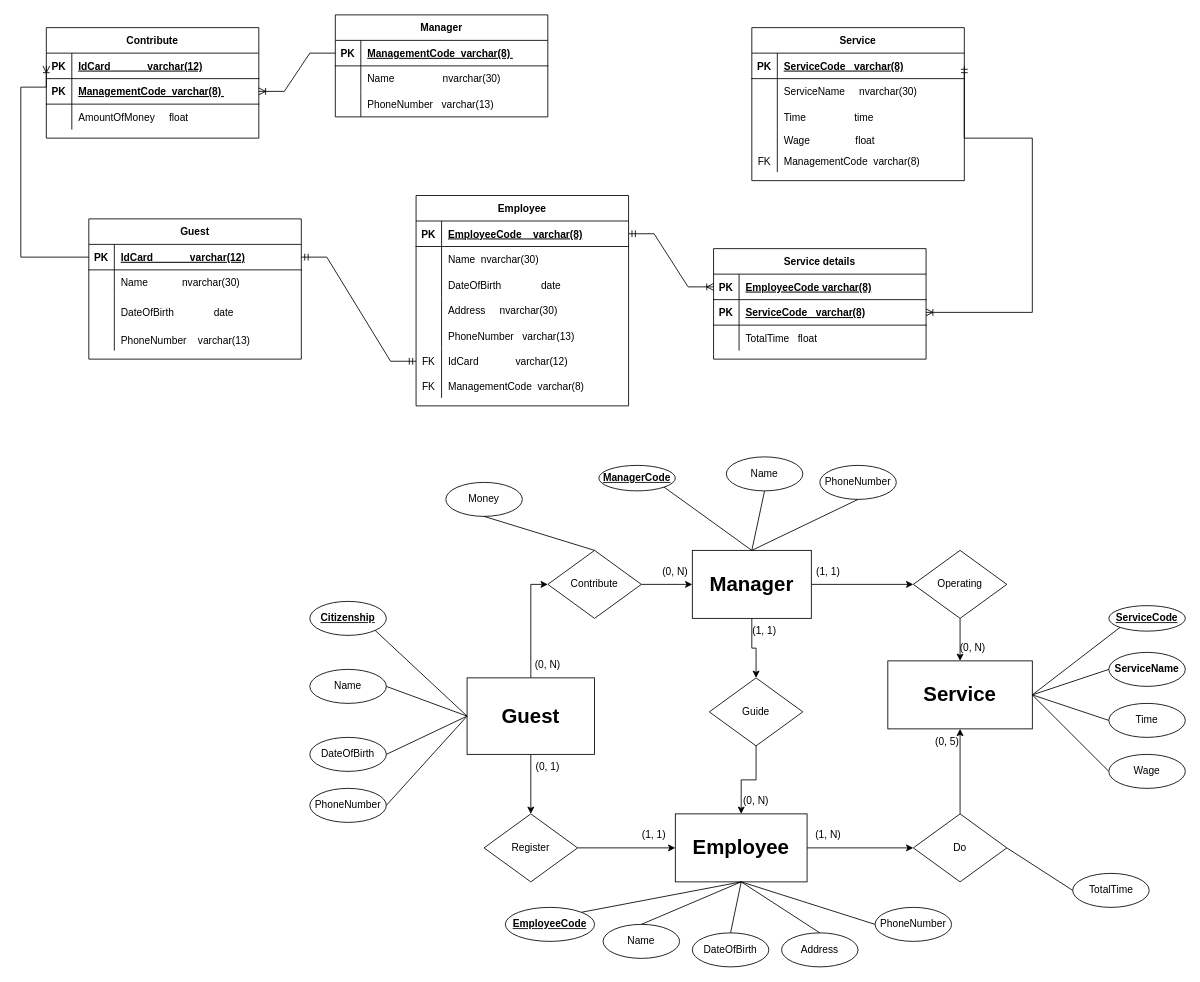
ducvu25/1 keeps this draw.io diagram as Biểu đồ không có tiêu đề.drawio. Above is the earlier version. Source tidied: cells renumbered, new cells numbered last; positions are measured from the earlier drawing's top-left corner, leaving out a move shared by most shapes. Both pictures are drawn from the tidied source at 85%, with x=0, y=0 at pixel (20, 14).
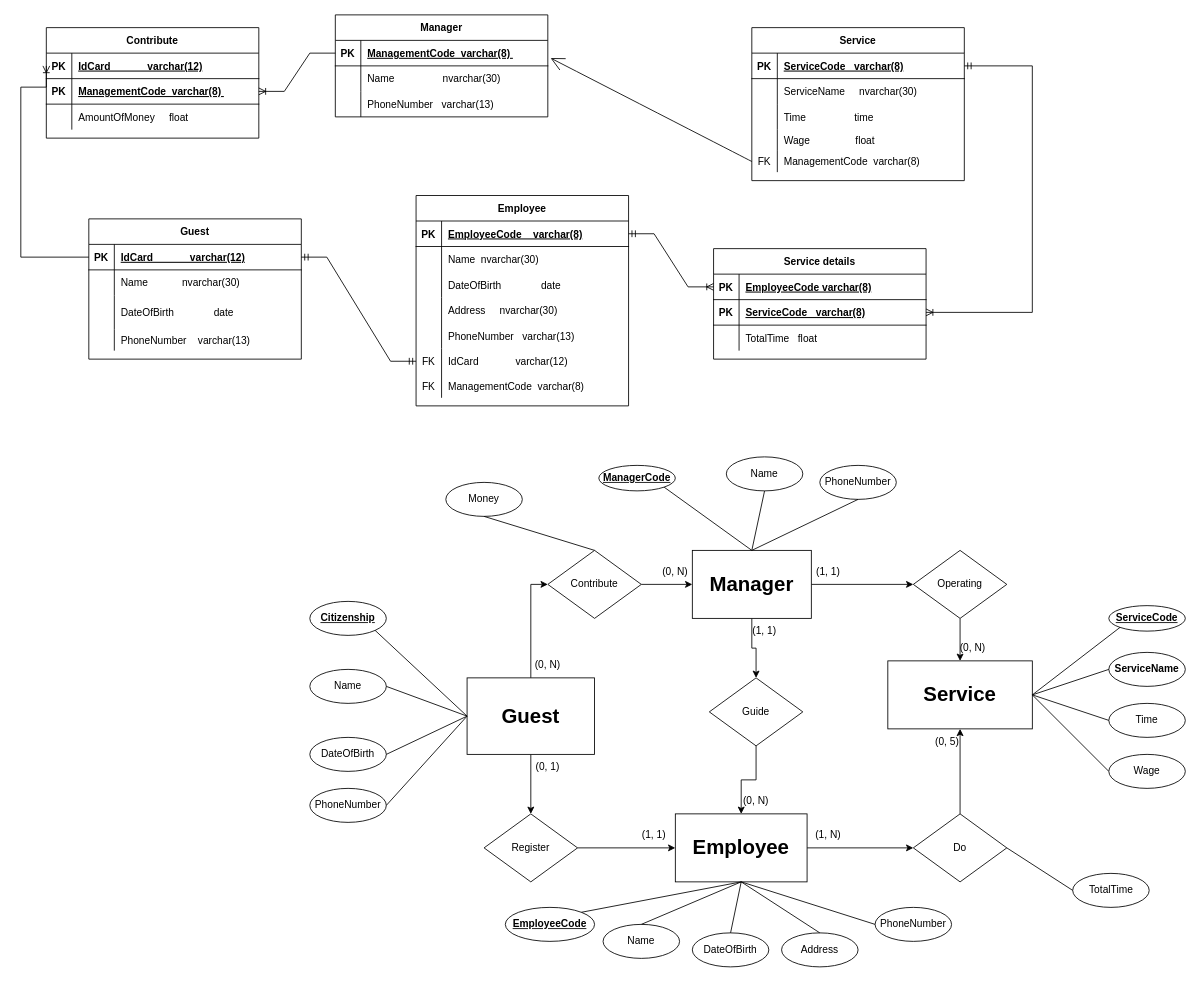
After the change.

Commit message:
Cập nhật Biểu đồ không có tiêu đề.drawio

The change refers to these unchanged cells:
```xml
<mxCell id="25" style="shape=partialRectangle;fillColor=none;points=[[0,0.5],[1,0.5]];portConstraint=eastwest;top=0;left=0;right=0;bottom=1;" parent="24" vertex="1">
  <mxGeometry y="30" width="250" height="30" as="geometry" />
</mxCell>
<mxCell id="37" style="shape=partialRectangle;fillColor=none;points=[[0,0.5],[1,0.5]];portConstraint=eastwest;top=0;left=0;right=0;bottom=0;" parent="24" vertex="1">
  <mxGeometry y="145" width="250" height="25" as="geometry" />
</mxCell>
<mxCell id="41" style="shape=partialRectangle;fillColor=none;points=[[0,0.5],[1,0.5]];portConstraint=eastwest;top=0;left=0;right=0;bottom=1;" parent="40" vertex="1">
  <mxGeometry y="30" width="250" height="30" as="geometry" />
</mxCell>
<mxCell id="149" style="shape=partialRectangle;fillColor=none;points=[[0,0.5],[1,0.5]];portConstraint=eastwest;top=0;left=0;right=0;bottom=1;" parent="145" vertex="1">
  <mxGeometry y="60" width="250" height="30" as="geometry" />
</mxCell>
```

The edit, as a diff of the source:
```diff
@@
     <mxCell id="139" style="edgeStyle=orthogonalEdgeStyle;fontSize=12;html=1;endArrow=ERoneToMany;startArrow=ERmandOne;rounded=0;entryX=1;entryY=0.5;entryDx=0;entryDy=0;exitX=1;exitY=0.5;exitDx=0;exitDy=0;" parent="1" edge="1" source="25" target="149">
       <mxGeometry relative="1" as="geometry">
         <Array as="points">
-          <mxPoint x="1110" y="145" />
-          <mxPoint x="1190" y="145" />
+          <mxPoint x="1190" y="60" />
           <mxPoint x="1190" y="350" />
         </Array>
       </mxGeometry>
     </mxCell>
@@
+    <mxCell id="155" style="edgeStyle=none;curved=1;rounded=0;jettySize=auto;html=1;exitX=0;exitY=0.5;exitDx=0;exitDy=0;entryX=1.013;entryY=0.694;entryDx=0;entryDy=0;entryPerimeter=0;endArrow=open;startSize=14;endSize=14;sourcePerimeterSpacing=8;targetPerimeterSpacing=8;" parent="1" edge="1" source="37" target="41">
+      <mxGeometry relative="1" as="geometry" />
+    </mxCell>
```
